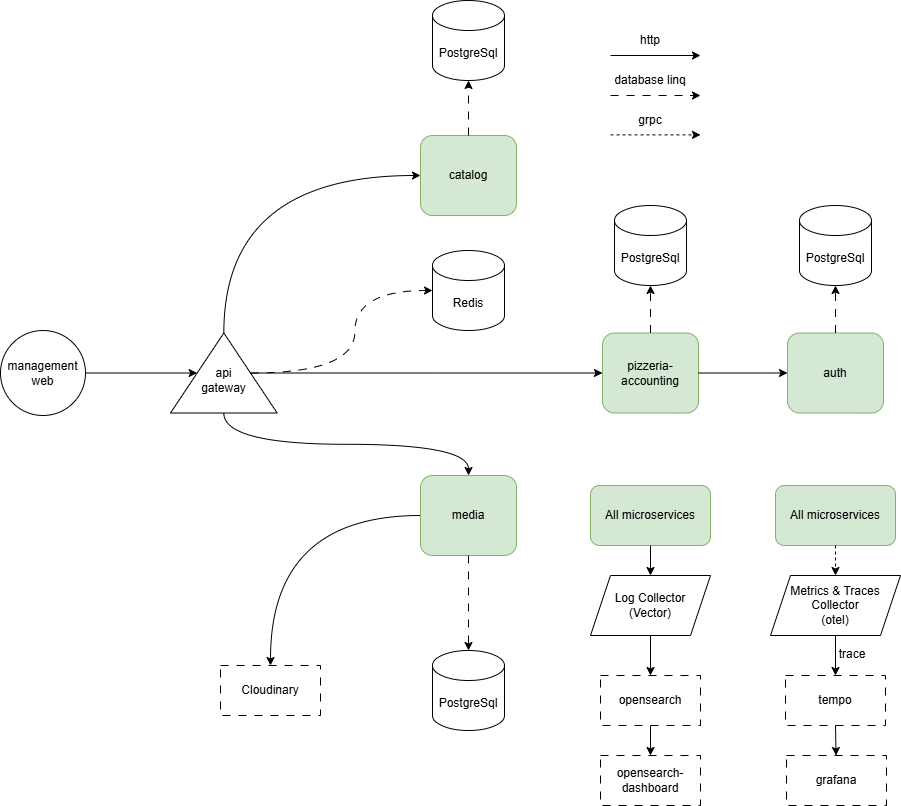
maximbtw/simple-microservices keeps this draw.io diagram as docs/sd.png. Above is the earlier version. Source tidied: cells renumbered, new cells last; positions are measured from the earlier drawing's top-left corner, leaving out a move shared by most shapes. Its diagram source:
```xml
<mxGraphModel>
  <root>
    <mxCell id="0" />
    <mxCell id="1" parent="0" />
    <mxCell id="2" value="management&lt;br&gt;web" style="ellipse;whiteSpace=wrap;html=1;" parent="1" vertex="1">
      <mxGeometry y="330" width="85" height="85" as="geometry" />
    </mxCell>
    <mxCell id="3" value="&lt;br&gt;api&lt;div&gt;gateway&lt;/div&gt;" style="triangle;whiteSpace=wrap;html=1;direction=north;" parent="1" vertex="1">
      <mxGeometry x="170" y="332.5" width="106.7" height="80" as="geometry" />
    </mxCell>
    <mxCell id="4" style="endArrow=classic;html=1;rounded=0;entryX=0.5;entryY=0;entryDx=0;entryDy=0;exitX=1;exitY=0.5;exitDx=0;exitDy=0;" parent="1" edge="1" source="2" target="3">
      <mxGeometry relative="1" as="geometry" />
    </mxCell>
    <mxCell id="5" value="catalog" style="rounded=1;whiteSpace=wrap;html=1;fillColor=#d5e8d4;strokeColor=#82b366;" parent="1" vertex="1">
      <mxGeometry x="420" y="135" width="96" height="80" as="geometry" />
    </mxCell>
    <mxCell id="6" value="pizzeria-accounting" style="rounded=1;whiteSpace=wrap;html=1;fillColor=#d5e8d4;strokeColor=#82b366;" parent="1" vertex="1">
      <mxGeometry x="602" y="332.5" width="96" height="80" as="geometry" />
    </mxCell>
    <mxCell id="7" value="media" style="rounded=1;whiteSpace=wrap;html=1;fillColor=#d5e8d4;strokeColor=#82b366;" parent="1" vertex="1">
      <mxGeometry x="420" y="475" width="96" height="80" as="geometry" />
    </mxCell>
    <mxCell id="8" style="endArrow=classic;html=1;rounded=0;exitX=0;exitY=0.5;exitDx=0;exitDy=0;edgeStyle=orthogonalEdgeStyle;curved=1;" parent="1" edge="1" source="3" target="7">
      <mxGeometry relative="1" as="geometry" />
    </mxCell>
    <mxCell id="9" style="endArrow=classic;html=1;rounded=0;entryX=0;entryY=0.5;entryDx=0;entryDy=0;exitX=1;exitY=0.5;exitDx=0;exitDy=0;edgeStyle=orthogonalEdgeStyle;curved=1;" parent="1" edge="1" source="3" target="5">
      <mxGeometry relative="1" as="geometry" />
    </mxCell>
    <mxCell id="10" style="endArrow=classic;html=1;rounded=0;entryX=0;entryY=0.5;entryDx=0;entryDy=0;exitX=0.5;exitY=1;exitDx=0;exitDy=0;" parent="1" edge="1" source="3" target="6">
      <mxGeometry relative="1" as="geometry" />
    </mxCell>
    <mxCell id="11" value="auth" style="rounded=1;whiteSpace=wrap;html=1;fillColor=#d5e8d4;strokeColor=#82b366;" parent="1" vertex="1">
      <mxGeometry x="787" y="332.5" width="96" height="80" as="geometry" />
    </mxCell>
    <mxCell id="12" style="endArrow=classic;html=1;rounded=0;entryX=0;entryY=0.5;entryDx=0;entryDy=0;exitX=1;exitY=0.5;exitDx=0;exitDy=0;" parent="1" edge="1" source="6" target="11">
      <mxGeometry relative="1" as="geometry" />
    </mxCell>
    <mxCell id="13" value="PostgreSql" style="shape=cylinder3;whiteSpace=wrap;html=1;boundedLbl=1;backgroundOutline=1;size=15;" parent="1" vertex="1">
      <mxGeometry x="432" y="650" width="72" height="80" as="geometry" />
    </mxCell>
    <mxCell id="14" value="PostgreSql" style="shape=cylinder3;whiteSpace=wrap;html=1;boundedLbl=1;backgroundOutline=1;size=15;" parent="1" vertex="1">
      <mxGeometry x="432" width="72" height="80" as="geometry" />
    </mxCell>
    <mxCell id="15" value="PostgreSql" style="shape=cylinder3;whiteSpace=wrap;html=1;boundedLbl=1;backgroundOutline=1;size=15;" parent="1" vertex="1">
      <mxGeometry x="799" y="205" width="72" height="80" as="geometry" />
    </mxCell>
    <mxCell id="16" value="PostgreSql" style="shape=cylinder3;whiteSpace=wrap;html=1;boundedLbl=1;backgroundOutline=1;size=15;" parent="1" vertex="1">
      <mxGeometry x="614" y="205" width="72" height="80" as="geometry" />
    </mxCell>
    <mxCell id="17" style="endArrow=classic;html=1;rounded=0;entryX=0.5;entryY=1;entryDx=0;entryDy=0;entryPerimeter=0;exitX=0.5;exitY=0;exitDx=0;exitDy=0;dashed=1;dashPattern=8 8;" parent="1" edge="1" source="5" target="14">
      <mxGeometry relative="1" as="geometry" />
    </mxCell>
    <mxCell id="18" style="endArrow=classic;html=1;rounded=0;entryX=0.5;entryY=1;entryDx=0;entryDy=0;entryPerimeter=0;exitX=0.5;exitY=0;exitDx=0;exitDy=0;dashed=1;dashPattern=8 8;" parent="1" edge="1" source="6" target="16">
      <mxGeometry relative="1" as="geometry" />
    </mxCell>
    <mxCell id="19" style="endArrow=classic;html=1;rounded=0;entryX=0.5;entryY=1;entryDx=0;entryDy=0;entryPerimeter=0;exitX=0.5;exitY=0;exitDx=0;exitDy=0;dashed=1;dashPattern=8 8;" parent="1" edge="1" source="11" target="15">
      <mxGeometry relative="1" as="geometry" />
    </mxCell>
    <mxCell id="20" style="endArrow=classic;html=1;rounded=0;entryX=0.5;entryY=0;entryDx=0;entryDy=0;entryPerimeter=0;exitX=0.5;exitY=1;exitDx=0;exitDy=0;dashed=1;dashPattern=8 8;" parent="1" edge="1" source="7" target="13">
      <mxGeometry relative="1" as="geometry" />
    </mxCell>
    <mxCell id="21" value="Cloudinary" style="rounded=0;whiteSpace=wrap;html=1;dashed=1;dashPattern=8 8;" parent="1" vertex="1">
      <mxGeometry x="220" y="665" width="100" height="50" as="geometry" />
    </mxCell>
    <mxCell id="22" style="endArrow=classic;html=1;rounded=0;entryX=0.5;entryY=0;entryDx=0;entryDy=0;exitX=0;exitY=0.5;exitDx=0;exitDy=0;edgeStyle=orthogonalEdgeStyle;curved=1;" parent="1" edge="1" source="7" target="21">
      <mxGeometry relative="1" as="geometry" />
    </mxCell>
    <mxCell id="23" value="Redis" style="shape=cylinder3;whiteSpace=wrap;html=1;boundedLbl=1;backgroundOutline=1;size=15;" parent="1" vertex="1">
      <mxGeometry x="432" y="250" width="72" height="80" as="geometry" />
    </mxCell>
    <mxCell id="24" style="endArrow=classic;html=1;rounded=0;entryX=0;entryY=0.5;entryDx=0;entryDy=0;entryPerimeter=0;dashed=1;dashPattern=8 8;edgeStyle=orthogonalEdgeStyle;curved=1;" parent="1" edge="1" source="3" target="23">
      <mxGeometry relative="1" as="geometry" />
    </mxCell>
    <mxCell id="25" value="Log Collector&lt;br&gt;(Vector)" style="shape=parallelogram;perimeter=parallelogramPerimeter;whiteSpace=wrap;html=1;fixedSize=1;" parent="1" vertex="1">
      <mxGeometry x="590" y="575" width="120" height="60" as="geometry" />
    </mxCell>
    <mxCell id="26" value="Metrics &amp;amp; Traces Collector&lt;br&gt;(otel)" style="shape=parallelogram;perimeter=parallelogramPerimeter;whiteSpace=wrap;html=1;fixedSize=1;" parent="1" vertex="1">
      <mxGeometry x="770" y="575" width="130" height="60" as="geometry" />
    </mxCell>
    <mxCell id="27" value="tempo" style="rounded=0;whiteSpace=wrap;html=1;dashed=1;dashPattern=8 8;" parent="1" vertex="1">
      <mxGeometry x="785" y="675" width="100" height="50" as="geometry" />
    </mxCell>
    <mxCell id="28" value="grafana" style="rounded=0;whiteSpace=wrap;html=1;dashed=1;dashPattern=8 8;" parent="1" vertex="1">
      <mxGeometry x="786" y="755" width="100" height="50" as="geometry" />
    </mxCell>
    <mxCell id="29" style="endArrow=classic;html=1;rounded=0;entryX=0.5;entryY=0;entryDx=0;entryDy=0;exitX=0.5;exitY=1;exitDx=0;exitDy=0;" parent="1" edge="1" source="26" target="27">
      <mxGeometry relative="1" as="geometry" />
    </mxCell>
    <mxCell id="30" style="endArrow=classic;html=1;rounded=0;exitX=0.5;exitY=1;exitDx=0;exitDy=0;" parent="1" edge="1" source="27" target="28">
      <mxGeometry relative="1" as="geometry" />
    </mxCell>
    <mxCell id="31" value="opensearch" style="rounded=0;whiteSpace=wrap;html=1;dashed=1;dashPattern=8 8;" parent="1" vertex="1">
      <mxGeometry x="600" y="675" width="100" height="50" as="geometry" />
    </mxCell>
    <mxCell id="32" value="opensearch-dashboard" style="rounded=0;whiteSpace=wrap;html=1;dashed=1;dashPattern=8 8;" parent="1" vertex="1">
      <mxGeometry x="600" y="755" width="100" height="50" as="geometry" />
    </mxCell>
    <mxCell id="33" value="trace" style="text;html=1;align=center;verticalAlign=middle;whiteSpace=wrap;rounded=0;" parent="1" vertex="1">
      <mxGeometry x="822" y="639" width="60" height="30" as="geometry" />
    </mxCell>
    <mxCell id="34" style="endArrow=classic;html=1;rounded=0;entryX=0.5;entryY=0;entryDx=0;entryDy=0;exitX=0.5;exitY=1;exitDx=0;exitDy=0;" parent="1" edge="1" source="25" target="31">
      <mxGeometry relative="1" as="geometry" />
    </mxCell>
    <mxCell id="35" style="endArrow=classic;html=1;rounded=0;entryX=0.5;entryY=0;entryDx=0;entryDy=0;exitX=0.5;exitY=1;exitDx=0;exitDy=0;" parent="1" edge="1" source="31" target="32">
      <mxGeometry relative="1" as="geometry" />
    </mxCell>
    <mxCell id="36" value="All microservices" style="rounded=1;whiteSpace=wrap;html=1;fillColor=#d5e8d4;strokeColor=#82b366;" parent="1" vertex="1">
      <mxGeometry x="590" y="485" width="120" height="60" as="geometry" />
    </mxCell>
    <mxCell id="37" style="endArrow=classic;html=1;rounded=0;entryX=0.5;entryY=0;entryDx=0;entryDy=0;exitX=0.5;exitY=1;exitDx=0;exitDy=0;" parent="1" edge="1" source="36" target="25">
      <mxGeometry relative="1" as="geometry" />
    </mxCell>
    <mxCell id="38" value="All microservices" style="rounded=1;whiteSpace=wrap;html=1;fillColor=#d5e8d4;strokeColor=#82b366;" parent="1" vertex="1">
      <mxGeometry x="775" y="485" width="120" height="60" as="geometry" />
    </mxCell>
    <mxCell id="39" style="endArrow=classic;html=1;rounded=0;entryX=0.5;entryY=0;entryDx=0;entryDy=0;exitX=0.5;exitY=1;exitDx=0;exitDy=0;dashed=1;" parent="1" edge="1" source="38" target="26">
      <mxGeometry relative="1" as="geometry" />
    </mxCell>
    <mxCell id="40" style="endArrow=classic;html=1;rounded=0;" parent="1" edge="1">
      <mxGeometry relative="1" as="geometry">
        <mxPoint x="610" y="55" as="sourcePoint" />
        <mxPoint x="700" y="55" as="targetPoint" />
      </mxGeometry>
    </mxCell>
    <mxCell id="41" style="endArrow=classic;html=1;rounded=0;dashed=1;dashPattern=8 8;" parent="1" edge="1">
      <mxGeometry relative="1" as="geometry">
        <mxPoint x="610" y="95" as="sourcePoint" />
        <mxPoint x="700" y="95" as="targetPoint" />
      </mxGeometry>
    </mxCell>
    <mxCell id="42" style="endArrow=classic;html=1;rounded=0;dashed=1;" parent="1" edge="1">
      <mxGeometry relative="1" as="geometry">
        <mxPoint x="610" y="134.4" as="sourcePoint" />
        <mxPoint x="700" y="134.4" as="targetPoint" />
      </mxGeometry>
    </mxCell>
    <mxCell id="43" value="http" style="text;html=1;align=center;verticalAlign=middle;whiteSpace=wrap;rounded=0;" parent="1" vertex="1">
      <mxGeometry x="620" y="25" width="60" height="30" as="geometry" />
    </mxCell>
    <mxCell id="44" value="database linq" style="text;html=1;align=center;verticalAlign=middle;whiteSpace=wrap;rounded=0;" parent="1" vertex="1">
      <mxGeometry x="590" y="65" width="120" height="30" as="geometry" />
    </mxCell>
    <mxCell id="45" value="grpc" style="text;html=1;align=center;verticalAlign=middle;whiteSpace=wrap;rounded=0;" parent="1" vertex="1">
      <mxGeometry x="620" y="105" width="60" height="30" as="geometry" />
    </mxCell>
  </root>
</mxGraphModel>
```
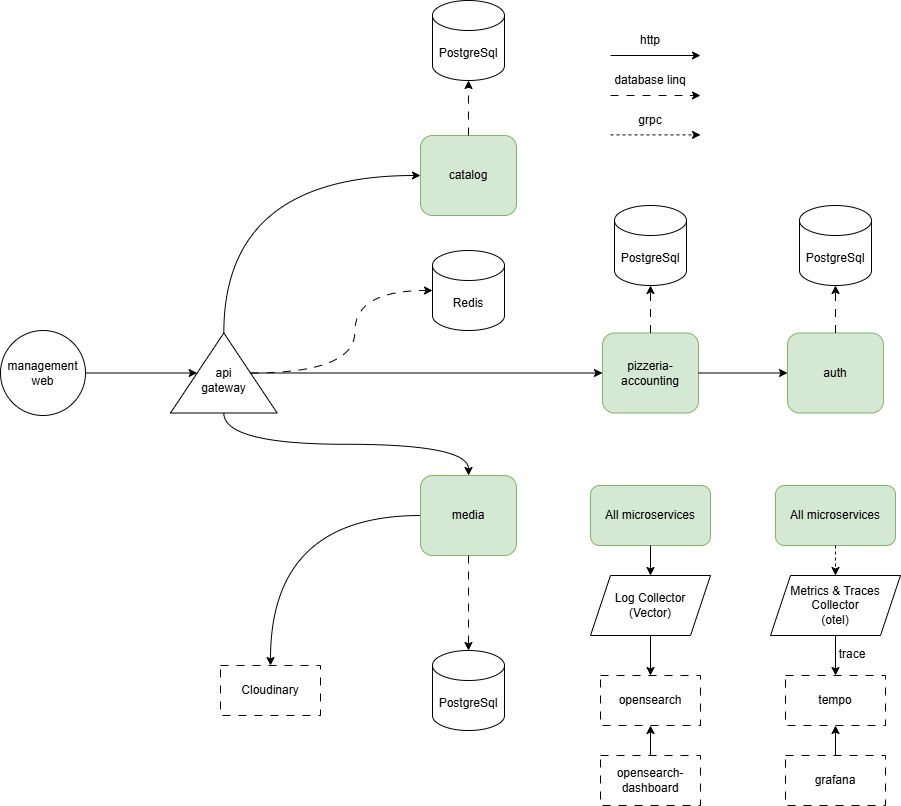
The same diagram one commit later.

Diff of the diagram source:
```diff
@@ -81,12 +81,12 @@
       <mxGeometry x="785" y="675" width="100" height="50" as="geometry" />
     </mxCell>
     <mxCell id="28" value="grafana" style="rounded=0;whiteSpace=wrap;html=1;dashed=1;dashPattern=8 8;" parent="1" vertex="1">
-      <mxGeometry x="786" y="755" width="100" height="50" as="geometry" />
+      <mxGeometry x="785" y="755" width="100" height="50" as="geometry" />
     </mxCell>
     <mxCell id="29" style="endArrow=classic;html=1;rounded=0;entryX=0.5;entryY=0;entryDx=0;entryDy=0;exitX=0.5;exitY=1;exitDx=0;exitDy=0;" parent="1" edge="1" source="26" target="27">
       <mxGeometry relative="1" as="geometry" />
     </mxCell>
-    <mxCell id="30" style="endArrow=classic;html=1;rounded=0;exitX=0.5;exitY=1;exitDx=0;exitDy=0;" parent="1" edge="1" source="27" target="28">
+    <mxCell id="30" style="endArrow=classic;html=1;rounded=0;exitX=0.5;exitY=0;exitDx=0;exitDy=0;entryX=0.5;entryY=1;entryDx=0;entryDy=0;" parent="1" edge="1" source="28" target="27">
       <mxGeometry relative="1" as="geometry" />
     </mxCell>
     <mxCell id="31" value="opensearch" style="rounded=0;whiteSpace=wrap;html=1;dashed=1;dashPattern=8 8;" parent="1" vertex="1">
@@ -101,7 +101,7 @@
     <mxCell id="34" style="endArrow=classic;html=1;rounded=0;entryX=0.5;entryY=0;entryDx=0;entryDy=0;exitX=0.5;exitY=1;exitDx=0;exitDy=0;" parent="1" edge="1" source="25" target="31">
       <mxGeometry relative="1" as="geometry" />
     </mxCell>
-    <mxCell id="35" style="endArrow=classic;html=1;rounded=0;entryX=0.5;entryY=0;entryDx=0;entryDy=0;exitX=0.5;exitY=1;exitDx=0;exitDy=0;" parent="1" edge="1" source="31" target="32">
+    <mxCell id="35" style="endArrow=classic;html=1;rounded=0;entryX=0.5;entryY=1;entryDx=0;entryDy=0;exitX=0.5;exitY=0;exitDx=0;exitDy=0;" parent="1" edge="1" source="32" target="31">
       <mxGeometry relative="1" as="geometry" />
     </mxCell>
     <mxCell id="36" value="All microservices" style="rounded=1;whiteSpace=wrap;html=1;fillColor=#d5e8d4;strokeColor=#82b366;" parent="1" vertex="1">
```
